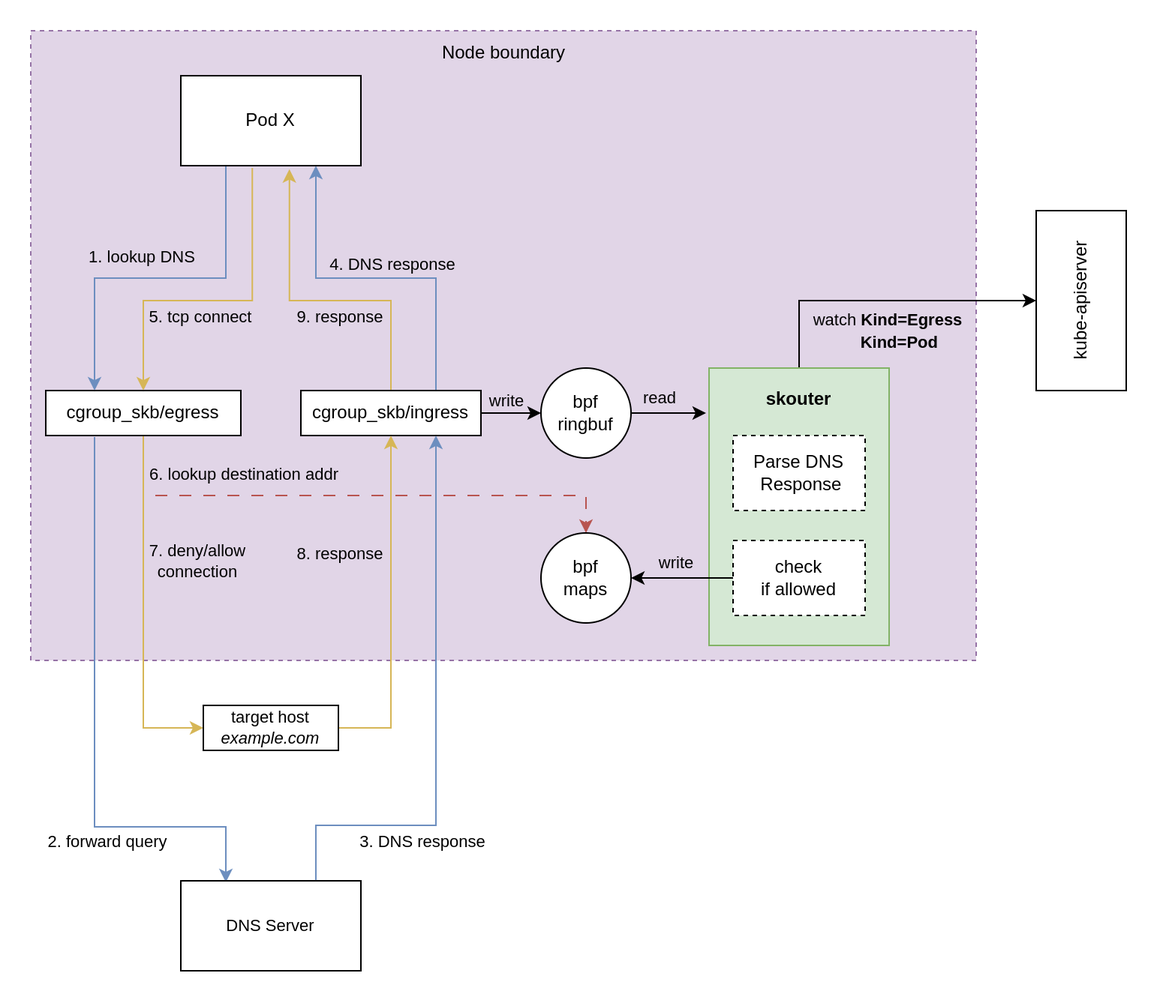
Before: overview.png, a diagram exported from draw.io (moolen/skouter). Source tidied: cells renumbered, new cells last; positions are measured from the earlier drawing's top-left corner, leaving out a move shared by most shapes.
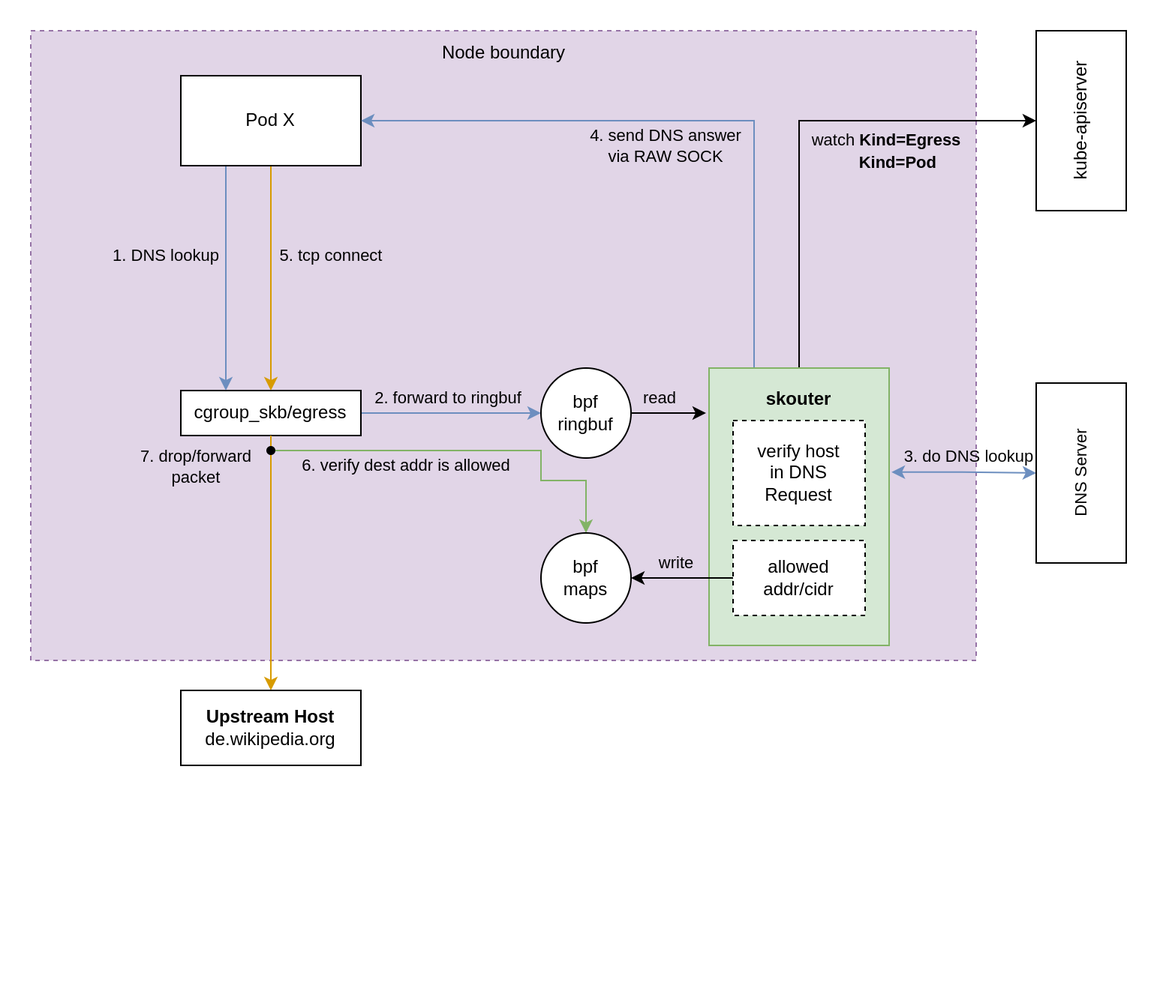
Later version of the same file.

Diff of the diagram source:
```diff
@@ -8,158 +8,127 @@
     <mxCell id="3" style="rounded=0;whiteSpace=wrap;html=1;fillColor=#e1d5e7;dashed=1;strokeColor=#9673a6;" parent="1" vertex="1">
       <mxGeometry x="20" y="20" width="630" height="420" as="geometry" />
     </mxCell>
-    <mxCell id="4" style="edgeStyle=orthogonalEdgeStyle;rounded=0;jettySize=auto;html=1;exitX=1;exitY=0.5;exitDx=0;exitDy=0;entryX=0;entryY=0.5;entryDx=0;entryDy=0;" parent="1" edge="1" source="16" target="25">
+    <mxCell id="4" style="edgeStyle=orthogonalEdgeStyle;rounded=0;jettySize=auto;html=1;exitX=1;exitY=0.5;exitDx=0;exitDy=0;entryX=0;entryY=0.5;entryDx=0;entryDy=0;fillColor=#dae8fc;strokeColor=#6c8ebf;" parent="1" edge="1" source="9" target="22">
       <mxGeometry relative="1" as="geometry" />
     </mxCell>
-    <mxCell id="5" value="write" style="edgeLabel;html=1;align=center;verticalAlign=middle;labelBackgroundColor=none;" parent="4" vertex="1">
-      <mxGeometry x="0.2" relative="1" as="geometry">
-        <mxPoint x="-8" y="-9" as="offset" />
+    <mxCell id="5" value="2. forward to ringbuf" style="edgeLabel;html=1;align=center;verticalAlign=middle;labelBackgroundColor=none;" parent="4" vertex="1">
+      <mxGeometry x="-0.27" relative="1" as="geometry">
+        <mxPoint x="14" y="-10" as="offset" />
       </mxGeometry>
     </mxCell>
-    <mxCell id="6" value="2. forward query" style="edgeStyle=orthogonalEdgeStyle;rounded=0;orthogonalLoop=1;jettySize=auto;html=1;exitX=0.25;exitY=1;exitDx=0;exitDy=0;entryX=0.25;entryY=0;entryDx=0;entryDy=0;labelBackgroundColor=none;fontSize=11;fillColor=#dae8fc;strokeColor=#6c8ebf;" parent="1" edge="1">
-      <mxGeometry x="0.39" y="-10" relative="1" as="geometry">
-        <mxPoint x="62.5" y="291" as="sourcePoint" />
-        <mxPoint x="150" y="588" as="targetPoint" />
-        <Array as="points">
-          <mxPoint x="63" y="551" />
-          <mxPoint x="150" y="551" />
-        </Array>
-        <mxPoint x="1" as="offset" />
-      </mxGeometry>
+    <mxCell id="6" style="edgeStyle=orthogonalEdgeStyle;rounded=0;jettySize=auto;html=1;exitDx=0;exitDy=0;entryX=0.5;entryY=0;entryDx=0;entryDy=0;startArrow=none;startFill=0;fillColor=#ffe6cc;strokeColor=#d79b00;" parent="1" edge="1" source="34" target="30">
+      <mxGeometry relative="1" as="geometry" />
     </mxCell>
-    <mxCell id="7" style="edgeStyle=orthogonalEdgeStyle;rounded=0;jettySize=auto;html=1;exitX=0.5;exitY=1;exitDx=0;exitDy=0;labelBackgroundColor=none;fontSize=11;entryX=0.5;entryY=0;entryDx=0;entryDy=0;dashed=1;dashPattern=8 8;fillColor=#f8cecc;strokeColor=#b85450;" parent="1" edge="1" source="11" target="27">
+    <mxCell id="7" style="edgeStyle=orthogonalEdgeStyle;rounded=0;jettySize=auto;html=1;startArrow=none;startFill=0;fillColor=#d5e8d4;strokeColor=#82b366;elbow=vertical;entryX=0.5;entryY=0;entryDx=0;entryDy=0;" parent="1" edge="1" source="34" target="24">
       <mxGeometry relative="1" as="geometry">
         <Array as="points">
-          <mxPoint x="95" y="330" />
-          <mxPoint x="390" y="330" />
+          <mxPoint x="360" y="300" />
+          <mxPoint x="360" y="320" />
+          <mxPoint x="390" y="320" />
         </Array>
       </mxGeometry>
     </mxCell>
-    <mxCell id="8" value="6. lookup destination addr" style="edgeLabel;html=1;align=center;verticalAlign=middle;fontSize=11;labelBackgroundColor=none;" parent="7" vertex="1">
-      <mxGeometry x="-0.53" y="2" relative="1" as="geometry">
-        <mxPoint x="22" y="-13" as="offset" />
+    <mxCell id="8" value="6. verify dest addr is allowed" style="edgeLabel;html=1;align=center;verticalAlign=middle;labelBackgroundColor=none;" parent="7" vertex="1">
+      <mxGeometry x="-0.52" y="1" relative="1" as="geometry">
+        <mxPoint x="26" y="11" as="offset" />
       </mxGeometry>
     </mxCell>
-    <mxCell id="9" style="edgeStyle=orthogonalEdgeStyle;rounded=0;jettySize=auto;html=1;exitX=0.5;exitY=1;exitDx=0;exitDy=0;entryX=0;entryY=0.5;entryDx=0;entryDy=0;labelBackgroundColor=none;fontSize=11;fillColor=#fff2cc;strokeColor=#d6b656;" parent="1" edge="1" source="11" target="33">
-      <mxGeometry relative="1" as="geometry" />
+    <mxCell id="9" value="cgroup_skb/egress" style="whiteSpace=wrap;html=1;" parent="1" vertex="1">
+      <mxGeometry x="120" y="260" width="120" height="30" as="geometry" />
     </mxCell>
-    <mxCell id="10" value="7. deny/allow&lt;br&gt;connection" style="edgeLabel;html=1;align=center;verticalAlign=middle;fontSize=11;labelBackgroundColor=none;" parent="9" vertex="1">
-      <mxGeometry x="-0.54" relative="1" as="geometry">
-        <mxPoint x="35" y="29" as="offset" />
-      </mxGeometry>
+    <mxCell id="10" style="edgeStyle=orthogonalEdgeStyle;rounded=0;jettySize=auto;html=1;exitX=0.25;exitY=1;exitDx=0;exitDy=0;entryX=0.25;entryY=0;entryDx=0;entryDy=0;fillColor=#dae8fc;strokeColor=#6c8ebf;" parent="1" edge="1" source="14" target="9">
+      <mxGeometry relative="1" as="geometry" />
     </mxCell>
-    <mxCell id="11" value="cgroup_skb/egress" style="whiteSpace=wrap;html=1;" parent="1" vertex="1">
-      <mxGeometry x="30" y="260" width="130" height="30" as="geometry" />
+    <mxCell id="11" value="1. DNS lookup" style="edgeLabel;html=1;align=center;verticalAlign=middle;points=[];labelBackgroundColor=none;" parent="10" vertex="1">
+      <mxGeometry x="-0.25" y="5" relative="1" as="geometry">
+        <mxPoint x="-45" y="4" as="offset" />
+      </mxGeometry>
     </mxCell>
-    <mxCell id="12" style="edgeStyle=orthogonalEdgeStyle;rounded=0;jettySize=auto;html=1;exitX=0.75;exitY=0;exitDx=0;exitDy=0;entryX=0.75;entryY=1;entryDx=0;entryDy=0;labelBackgroundColor=none;fontSize=11;fillColor=#dae8fc;strokeColor=#6c8ebf;" parent="1" edge="1" source="16" target="21">
+    <mxCell id="12" style="edgeStyle=orthogonalEdgeStyle;rounded=0;jettySize=auto;html=1;exitX=0.5;exitY=1;exitDx=0;exitDy=0;entryX=0.5;entryY=0;entryDx=0;entryDy=0;startArrow=none;startFill=0;fillColor=#ffe6cc;strokeColor=#d79b00;" parent="1" edge="1" source="14" target="9">
       <mxGeometry relative="1" as="geometry" />
     </mxCell>
-    <mxCell id="13" value="4. DNS response" style="edgeLabel;html=1;align=center;verticalAlign=middle;fontSize=11;labelBackgroundColor=none;" parent="12" vertex="1">
-      <mxGeometry x="0.44" relative="1" as="geometry">
-        <mxPoint x="50" as="offset" />
+    <mxCell id="13" value="5. tcp connect" style="edgeLabel;html=1;align=center;verticalAlign=middle;labelBackgroundColor=none;" parent="12" vertex="1">
+      <mxGeometry x="-0.19" y="-2" relative="1" as="geometry">
+        <mxPoint x="42" y="-1" as="offset" />
       </mxGeometry>
     </mxCell>
-    <mxCell id="14" style="edgeStyle=orthogonalEdgeStyle;rounded=0;jettySize=auto;html=1;exitX=0.5;exitY=0;exitDx=0;exitDy=0;entryX=0.603;entryY=1.039;entryDx=0;entryDy=0;labelBackgroundColor=none;fontSize=11;entryPerimeter=0;fillColor=#fff2cc;strokeColor=#d6b656;" parent="1" edge="1" source="16" target="21">
-      <mxGeometry relative="1" as="geometry">
-        <Array as="points">
-          <mxPoint x="260" y="200" />
-          <mxPoint x="192" y="200" />
-        </Array>
-      </mxGeometry>
+    <mxCell id="14" value="Pod X" style="rounded=0;whiteSpace=wrap;html=1;" parent="1" vertex="1">
+      <mxGeometry x="120" y="50" width="120" height="60" as="geometry" />
     </mxCell>
-    <mxCell id="15" value="9. response" style="edgeLabel;html=1;align=center;verticalAlign=middle;labelBackgroundColor=none;" parent="14" vertex="1">
-      <mxGeometry x="-0.61" y="2" relative="1" as="geometry">
-        <mxPoint x="-33" y="-8" as="offset" />
+    <mxCell id="15" value="read" style="edgeStyle=orthogonalEdgeStyle;rounded=0;jettySize=auto;html=1;exitX=1;exitY=0.5;exitDx=0;exitDy=0;labelBackgroundColor=none;" parent="1" edge="1" source="22">
+      <mxGeometry x="-0.23" y="10" relative="1" as="geometry">
+        <mxPoint x="470" y="275" as="targetPoint" />
       </mxGeometry>
     </mxCell>
-    <mxCell id="16" value="cgroup_skb/ingress" style="whiteSpace=wrap;html=1;" parent="1" vertex="1">
-      <mxGeometry x="200" y="260" width="120" height="30" as="geometry" />
+    <mxCell id="16" style="edgeStyle=orthogonalEdgeStyle;rounded=0;jettySize=auto;html=1;exitX=0.5;exitY=0;exitDx=0;exitDy=0;entryX=0.5;entryY=0;entryDx=0;entryDy=0;" parent="1" edge="1" source="21" target="27">
+      <mxGeometry relative="1" as="geometry" />
     </mxCell>
-    <mxCell id="17" style="edgeStyle=orthogonalEdgeStyle;rounded=0;jettySize=auto;html=1;exitX=0.25;exitY=1;exitDx=0;exitDy=0;entryX=0.25;entryY=0;entryDx=0;entryDy=0;fillColor=#dae8fc;strokeColor=#6c8ebf;" parent="1" edge="1" source="21" target="11">
-      <mxGeometry relative="1" as="geometry" />
+    <mxCell id="17" style="edgeStyle=orthogonalEdgeStyle;rounded=0;jettySize=auto;html=1;exitX=1.013;exitY=0.159;exitDx=0;exitDy=0;entryX=0.5;entryY=0;entryDx=0;entryDy=0;fillColor=#dae8fc;strokeColor=#6c8ebf;startArrow=classic;startFill=1;exitPerimeter=0;" parent="1" edge="1" target="25">
+      <mxGeometry relative="1" as="geometry">
+        <mxPoint x="593.6" y="314.4" as="sourcePoint" />
+        <Array as="points">
+          <mxPoint x="641" y="314" />
+        </Array>
+      </mxGeometry>
     </mxCell>
-    <mxCell id="18" value="1. lookup DNS" style="edgeLabel;html=1;align=center;verticalAlign=middle;labelBackgroundColor=none;" parent="17" vertex="1">
-      <mxGeometry x="-0.25" y="5" relative="1" as="geometry">
-        <mxPoint x="-43" y="-20" as="offset" />
+    <mxCell id="18" value="3. do DNS lookup" style="edgeLabel;html=1;align=center;verticalAlign=middle;labelBackgroundColor=none;" parent="17" vertex="1">
+      <mxGeometry x="-0.17" y="-1" relative="1" as="geometry">
+        <mxPoint x="11" y="-12" as="offset" />
       </mxGeometry>
     </mxCell>
-    <mxCell id="19" style="edgeStyle=orthogonalEdgeStyle;rounded=0;jettySize=auto;html=1;exitX=0.397;exitY=1.028;exitDx=0;exitDy=0;entryX=0.5;entryY=0;entryDx=0;entryDy=0;labelBackgroundColor=none;fontSize=11;fillColor=#fff2cc;strokeColor=#d6b656;exitPerimeter=0;" parent="1" edge="1" source="21" target="11">
-      <mxGeometry relative="1" as="geometry">
-        <Array as="points">
-          <mxPoint x="168" y="200" />
-          <mxPoint x="95" y="200" />
-        </Array>
-      </mxGeometry>
+    <mxCell id="19" style="edgeStyle=orthogonalEdgeStyle;rounded=0;jettySize=auto;html=1;exitX=0.25;exitY=0;exitDx=0;exitDy=0;entryX=1;entryY=0.5;entryDx=0;entryDy=0;startArrow=none;startFill=0;fillColor=#dae8fc;strokeColor=#6c8ebf;" parent="1" edge="1" source="21" target="14">
+      <mxGeometry relative="1" as="geometry" />
     </mxCell>
-    <mxCell id="20" value="5. tcp connect" style="edgeLabel;html=1;align=center;verticalAlign=middle;fontSize=11;labelBackgroundColor=none;" parent="19" vertex="1">
-      <mxGeometry x="0.05" y="-1" relative="1" as="geometry">
-        <mxPoint x="-7" y="11" as="offset" />
+    <mxCell id="20" value="4. send DNS answer&lt;br&gt;via RAW SOCK" style="edgeLabel;html=1;align=center;verticalAlign=middle;labelBackgroundColor=none;" parent="19" vertex="1">
+      <mxGeometry x="0.13" y="1" relative="1" as="geometry">
+        <mxPoint x="17" y="16" as="offset" />
       </mxGeometry>
     </mxCell>
-    <mxCell id="21" value="Pod X" style="rounded=0;whiteSpace=wrap;html=1;" parent="1" vertex="1">
-      <mxGeometry x="120" y="50" width="120" height="60" as="geometry" />
+    <mxCell id="21" value="&lt;b&gt;skouter&lt;/b&gt;&lt;br&gt;&lt;br&gt;&lt;br&gt;&lt;br&gt;&lt;br&gt;&lt;br&gt;&lt;br&gt;&lt;br&gt;&lt;br&gt;&lt;br&gt;&lt;br&gt;" style="whiteSpace=wrap;html=1;fillColor=#d5e8d4;strokeColor=#82b366;" parent="1" vertex="1">
+      <mxGeometry x="472" y="245" width="120" height="185" as="geometry" />
     </mxCell>
-    <mxCell id="22" value="read" style="edgeStyle=orthogonalEdgeStyle;rounded=0;jettySize=auto;html=1;exitX=1;exitY=0.5;exitDx=0;exitDy=0;labelBackgroundColor=none;" parent="1" edge="1" source="25">
-      <mxGeometry x="-0.23" y="10" relative="1" as="geometry">
-        <mxPoint x="470" y="275" as="targetPoint" />
-      </mxGeometry>
+    <mxCell id="22" value="bpf&lt;br&gt;ringbuf" style="ellipse;whiteSpace=wrap;html=1;" parent="1" vertex="1">
+      <mxGeometry x="360" y="245" width="60" height="60" as="geometry" />
     </mxCell>
-    <mxCell id="23" style="edgeStyle=orthogonalEdgeStyle;rounded=0;jettySize=auto;html=1;exitX=0.5;exitY=0;exitDx=0;exitDy=0;entryX=0.5;entryY=0;entryDx=0;entryDy=0;" parent="1" edge="1" source="24" target="36">
-      <mxGeometry relative="1" as="geometry" />
+    <mxCell id="23" value="verify host &lt;br&gt;in DNS&lt;br&gt;Request" style="whiteSpace=wrap;html=1;dashed=1;" parent="1" vertex="1">
+      <mxGeometry x="488" y="280" width="88" height="70" as="geometry" />
     </mxCell>
-    <mxCell id="24" value="&lt;b&gt;skouter&lt;/b&gt;&lt;br&gt;&lt;br&gt;&lt;br&gt;&lt;br&gt;&lt;br&gt;&lt;br&gt;&lt;br&gt;&lt;br&gt;&lt;br&gt;&lt;br&gt;&lt;br&gt;" style="whiteSpace=wrap;html=1;fillColor=#d5e8d4;strokeColor=#82b366;" parent="1" vertex="1">
-      <mxGeometry x="472" y="245" width="120" height="185" as="geometry" />
+    <mxCell id="24" value="bpf&lt;br&gt;maps" style="ellipse;whiteSpace=wrap;html=1;" parent="1" vertex="1">
+      <mxGeometry x="360" y="355" width="60" height="60" as="geometry" />
     </mxCell>
-    <mxCell id="25" value="bpf&lt;br&gt;ringbuf" style="ellipse;whiteSpace=wrap;html=1;" parent="1" vertex="1">
-      <mxGeometry x="360" y="245" width="60" height="60" as="geometry" />
+    <mxCell id="25" value="DNS Server" style="whiteSpace=wrap;html=1;fontSize=11;rotation=-90;" parent="1" vertex="1">
+      <mxGeometry x="660" y="285" width="120" height="60" as="geometry" />
     </mxCell>
-    <mxCell id="26" value="Parse DNS&lt;br&gt;&amp;nbsp;Response" style="whiteSpace=wrap;html=1;dashed=1;" parent="1" vertex="1">
-      <mxGeometry x="488" y="290" width="88" height="50" as="geometry" />
+    <mxCell id="26" value="write" style="edgeStyle=orthogonalEdgeStyle;rounded=0;jettySize=auto;html=1;exitX=0;exitY=0.5;exitDx=0;exitDy=0;entryX=1;entryY=0.5;entryDx=0;entryDy=0;labelBackgroundColor=none;fontSize=11;" parent="1" edge="1" target="24">
+      <mxGeometry x="0.12" y="-10" relative="1" as="geometry">
+        <mxPoint x="488" y="385" as="sourcePoint" />
+      </mxGeometry>
     </mxCell>
-    <mxCell id="27" value="bpf&lt;br&gt;maps" style="ellipse;whiteSpace=wrap;html=1;" parent="1" vertex="1">
-      <mxGeometry x="360" y="355" width="60" height="60" as="geometry" />
+    <mxCell id="27" value="kube-apiserver" style="rounded=0;whiteSpace=wrap;html=1;rotation=-90;" parent="1" vertex="1">
+      <mxGeometry x="660" y="50" width="120" height="60" as="geometry" />
     </mxCell>
-    <mxCell id="28" style="edgeStyle=orthogonalEdgeStyle;rounded=0;jettySize=auto;html=1;exitX=0.75;exitY=0;exitDx=0;exitDy=0;entryX=0.75;entryY=1;entryDx=0;entryDy=0;labelBackgroundColor=none;fontSize=11;fillColor=#dae8fc;strokeColor=#6c8ebf;" parent="1" edge="1" source="30" target="16">
-      <mxGeometry relative="1" as="geometry">
-        <Array as="points">
-          <mxPoint x="210" y="550" />
-          <mxPoint x="290" y="550" />
-        </Array>
-      </mxGeometry>
+    <mxCell id="28" value="&lt;font style=&quot;font-size: 11px;&quot;&gt;watch &lt;b&gt;Kind=Egress&lt;br&gt;&amp;nbsp; &amp;nbsp; &amp;nbsp;Kind=Pod&lt;br&gt;&lt;/b&gt;&lt;/font&gt;" style="text;html=1;align=center;verticalAlign=middle;strokeColor=none;fillColor=none;" parent="1" vertex="1">
+      <mxGeometry x="530" y="80" width="120" height="40" as="geometry" />
     </mxCell>
-    <mxCell id="29" value="3. DNS response" style="edgeLabel;html=1;align=center;verticalAlign=middle;fontSize=11;" parent="28" vertex="1">
-      <mxGeometry x="-0.3" y="-2" relative="1" as="geometry">
-        <mxPoint x="-12" y="25" as="offset" />
-      </mxGeometry>
+    <mxCell id="29" value="Node boundary" style="text;html=1;align=center;verticalAlign=middle;strokeColor=none;fillColor=none;" parent="1" vertex="1">
+      <mxGeometry x="280" y="20" width="110" height="30" as="geometry" />
     </mxCell>
-    <mxCell id="30" value="DNS Server" style="whiteSpace=wrap;html=1;fontSize=11;" parent="1" vertex="1">
-      <mxGeometry x="120" y="587" width="120" height="60" as="geometry" />
+    <mxCell id="30" value="&lt;b&gt;Upstream Host&lt;/b&gt;&lt;br&gt;de.wikipedia.org" style="whiteSpace=wrap;html=1;labelBackgroundColor=none;" parent="1" vertex="1">
+      <mxGeometry x="120" y="460" width="120" height="50" as="geometry" />
     </mxCell>
-    <mxCell id="31" style="edgeStyle=orthogonalEdgeStyle;rounded=0;jettySize=auto;html=1;exitX=1;exitY=0.5;exitDx=0;exitDy=0;entryX=0.5;entryY=1;entryDx=0;entryDy=0;fillColor=#fff2cc;strokeColor=#d6b656;" parent="1" edge="1" source="33" target="16">
-      <mxGeometry relative="1" as="geometry" />
+    <mxCell id="31" value="allowed addr/cidr" style="whiteSpace=wrap;html=1;dashed=1;" parent="1" vertex="1">
+      <mxGeometry x="488" y="360" width="88" height="50" as="geometry" />
     </mxCell>
-    <mxCell id="32" value="8. response" style="edgeLabel;html=1;align=center;verticalAlign=middle;labelBackgroundColor=none;" parent="31" vertex="1">
-      <mxGeometry x="0.14" y="1" relative="1" as="geometry">
-        <mxPoint x="-34" y="-20" as="offset" />
-      </mxGeometry>
+    <mxCell id="32" style="edgeStyle=orthogonalEdgeStyle;rounded=0;jettySize=auto;html=1;exitX=0.5;exitY=1;exitDx=0;exitDy=0;entryDx=0;entryDy=0;startArrow=none;startFill=0;fillColor=#ffe6cc;strokeColor=#d79b00;endArrow=none;" parent="1" edge="1" source="9" target="34">
+      <mxGeometry relative="1" as="geometry" />
     </mxCell>
-    <mxCell id="33" value="target host&lt;br&gt;&lt;i&gt;example.com&lt;/i&gt;" style="whiteSpace=wrap;html=1;fontSize=11;" parent="1" vertex="1">
-      <mxGeometry x="135" y="470" width="90" height="30" as="geometry" />
+    <mxCell id="33" value="7. drop/forward &lt;br&gt;packet" style="edgeLabel;html=1;align=center;verticalAlign=middle;points=[];labelBackgroundColor=none;" parent="32" vertex="1">
+      <mxGeometry x="-0.38" y="2" relative="1" as="geometry">
+        <mxPoint x="-52" y="17" as="offset" />
+      </mxGeometry>
     </mxCell>
-    <mxCell id="34" value="write" style="edgeStyle=orthogonalEdgeStyle;rounded=0;jettySize=auto;html=1;exitX=0;exitY=0.5;exitDx=0;exitDy=0;entryX=1;entryY=0.5;entryDx=0;entryDy=0;labelBackgroundColor=none;fontSize=11;" parent="1" edge="1" source="35" target="27">
-      <mxGeometry x="0.12" y="-10" relative="1" as="geometry" />
+    <mxCell id="34" style="shape=waypoint;sketch=0;fillStyle=solid;size=6;points=[];fillColor=none;perimeter=centerPerimeter;snapToPoint=1;labelBackgroundColor=none;" parent="1" vertex="1">
+      <mxGeometry x="170" y="290" width="20" height="20" as="geometry" />
     </mxCell>
-    <mxCell id="35" value="check &lt;br&gt;if allowed" style="whiteSpace=wrap;html=1;dashed=1;" parent="1" vertex="1">
-      <mxGeometry x="488" y="360" width="88" height="50" as="geometry" />
-    </mxCell>
-    <mxCell id="36" value="kube-apiserver" style="rounded=0;whiteSpace=wrap;html=1;rotation=-90;" parent="1" vertex="1">
-      <mxGeometry x="660" y="170" width="120" height="60" as="geometry" />
-    </mxCell>
-    <mxCell id="37" value="&lt;font style=&quot;font-size: 11px;&quot;&gt;watch &lt;b&gt;Kind=Egress&lt;br&gt;&amp;nbsp; &amp;nbsp; &amp;nbsp;Kind=Pod&lt;br&gt;&lt;/b&gt;&lt;/font&gt;" style="text;html=1;align=center;verticalAlign=middle;strokeColor=none;fillColor=none;" parent="1" vertex="1">
-      <mxGeometry x="531" y="200" width="120" height="40" as="geometry" />
-    </mxCell>
-    <mxCell id="38" value="Node boundary" style="text;html=1;align=center;verticalAlign=middle;strokeColor=none;fillColor=none;" parent="1" vertex="1">
-      <mxGeometry x="280" y="20" width="110" height="30" as="geometry" />
-    </mxCell>
   </root>
 </mxGraphModel>
```
